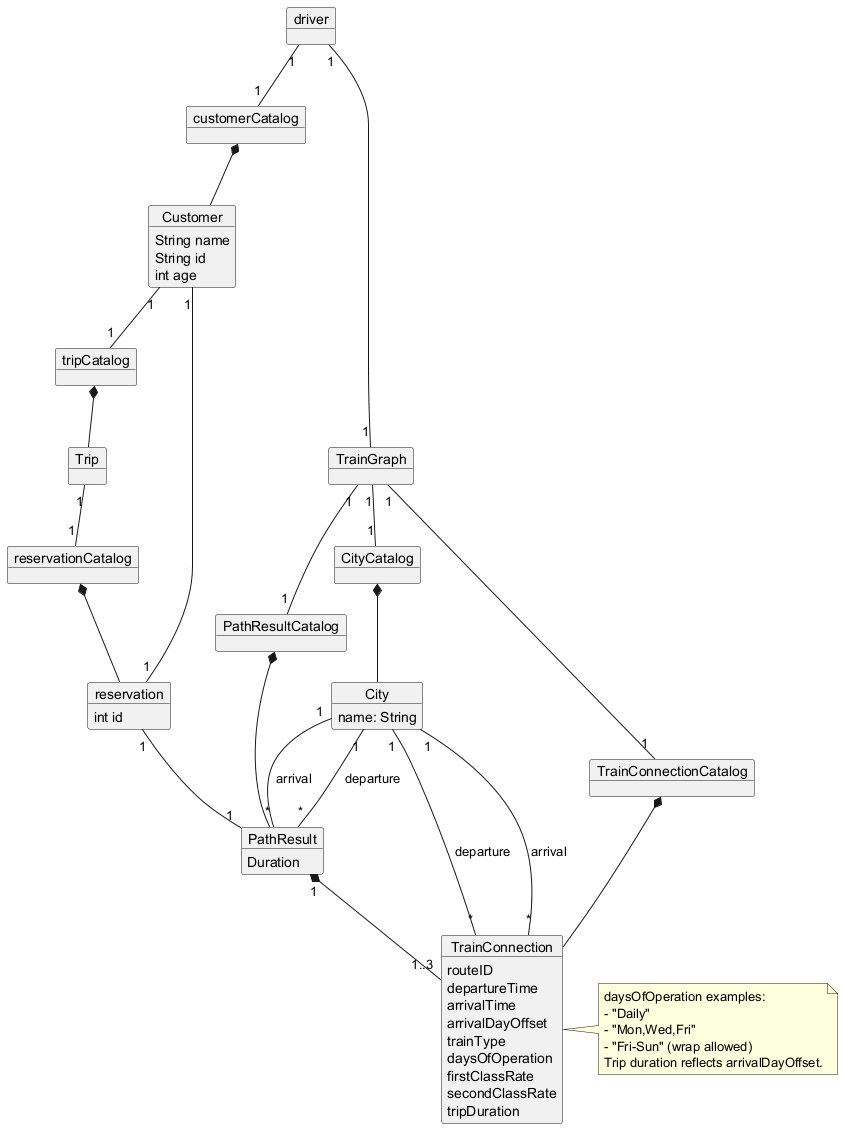
Before: Iteration_3/docs/images/domain model.png, a diagram exported from PlantUML (SamuelVachon/SOEN342). Source of this version:
```plantuml
@startuml domain model
skinparam classAttributeIconSize 0

object City {
  name: String
}

object CityCatalog{

}

object TrainConnectionCatalog{

}

object TrainConnection {
  routeID
  departureTime
  arrivalTime
  arrivalDayOffset
  trainType
  daysOfOperation
  firstClassRate
  secondClassRate
  tripDuration
}


object TrainGraph {

}

object PathResultCatalog{

}

object PathResult {
  Duration
}

object customerCatalog{

}

object Customer{
  String name
  String id
  int age
}

object tripCatalog{

}

object Trip{

}

object reservationCatalog{

}

object reservation{
  int id
}

object driver{

}

driver "1" -- "1" TrainGraph
driver "1" -- "1" customerCatalog
customerCatalog  *-- Customer
Customer "1" -- "1" tripCatalog
tripCatalog *-- Trip
Trip "1" -- "1" reservationCatalog
reservationCatalog *-- reservation
reservation "1" -- "1" Customer
reservation "1" -- "1" PathResult

PathResultCatalog *-- PathResult
TrainConnectionCatalog *-- TrainConnection
CityCatalog *-- City
City "1" -- "*" TrainConnection : departure
City "1" -- "*" TrainConnection : arrival
City "1" -- "*" PathResult : departure
City "1" -- "*" PathResult : arrival
TrainGraph "1" --  "1" TrainConnectionCatalog
TrainGraph "1" --  "1" PathResultCatalog
TrainGraph "1" --  "1" CityCatalog
PathResult "1" *-- "1..3" TrainConnection


note right of TrainConnection
daysOfOperation examples:
- "Daily"
- "Mon,Wed,Fri"
- "Fri-Sun" (wrap allowed)
Trip duration reflects arrivalDayOffset.
end note
@enduml
```
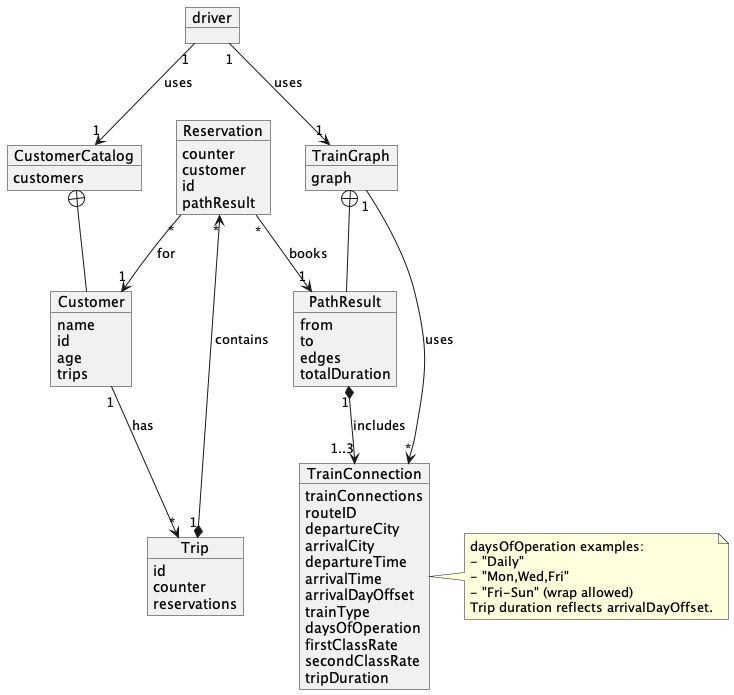
Above is the later version.

Commit message:
fixed domain model and class diagrams for iteration 2 and 3

Diff of the diagram source:
```diff
@@ -1,20 +1,12 @@
 @startuml domain model
 skinparam classAttributeIconSize 0
 
-object City {
-  name: String
-}
-
-object CityCatalog{
-
-}
-
-object TrainConnectionCatalog{
-
-}
 
 object TrainConnection {
+  trainConnections
   routeID
+  departureCity
+  arrivalCity
   departureTime
   arrivalTime
   arrivalDayOffset
@@ -27,68 +19,57 @@
 
 
 object TrainGraph {
-
+  graph
 }
 
-object PathResultCatalog{
 
+object PathResult {
+  from
+  to
+  edges
+  totalDuration
 }
 
-object PathResult {
-  Duration
-}
 
-object customerCatalog{
-
-}
 
 object Customer{
-  String name
-  String id
-  int age
-}
-
-object tripCatalog{
-
+  name
+  id
+  age
+  trips
 }
 
 object Trip{
-
-}
-
-object reservationCatalog{
-
-}
-
-object reservation{
-  int id
+  id
+  counter
+  reservations
 }
 
 object driver{
 
 }
 
-driver "1" -- "1" TrainGraph
-driver "1" -- "1" customerCatalog
-customerCatalog  *-- Customer
-Customer "1" -- "1" tripCatalog
-tripCatalog *-- Trip
-Trip "1" -- "1" reservationCatalog
-reservationCatalog *-- reservation
-reservation "1" -- "1" Customer
-reservation "1" -- "1" PathResult
+object CustomerCatalog{
+  customers
+}
 
-PathResultCatalog *-- PathResult
-TrainConnectionCatalog *-- TrainConnection
-CityCatalog *-- City
-City "1" -- "*" TrainConnection : departure
-City "1" -- "*" TrainConnection : arrival
-City "1" -- "*" PathResult : departure
-City "1" -- "*" PathResult : arrival
-TrainGraph "1" --  "1" TrainConnectionCatalog
-TrainGraph "1" --  "1" PathResultCatalog
-TrainGraph "1" --  "1" CityCatalog
-PathResult "1" *-- "1..3" TrainConnection
+object Reservation{
+  counter
+  customer
+  id
+  pathResult
+}
+
+driver "1" --> "1" TrainGraph : uses
+driver "1" --> "1" CustomerCatalog : uses
+CustomerCatalog +-- Customer
+Customer "1" --> "*" Trip : has
+Trip "1" *--> "*" Reservation : contains
+Reservation "*" --> "1" Customer : for
+Reservation "*" --> "1" PathResult : books
+TrainGraph +-- PathResult
+TrainGraph "1" --> "*" TrainConnection : uses
+PathResult "1" *--> "1..3" TrainConnection : includes
 
 
 note right of TrainConnection
@@ -98,4 +79,5 @@
 - "Fri-Sun" (wrap allowed)
 Trip duration reflects arrivalDayOffset.
 end note
+
 @enduml
```
